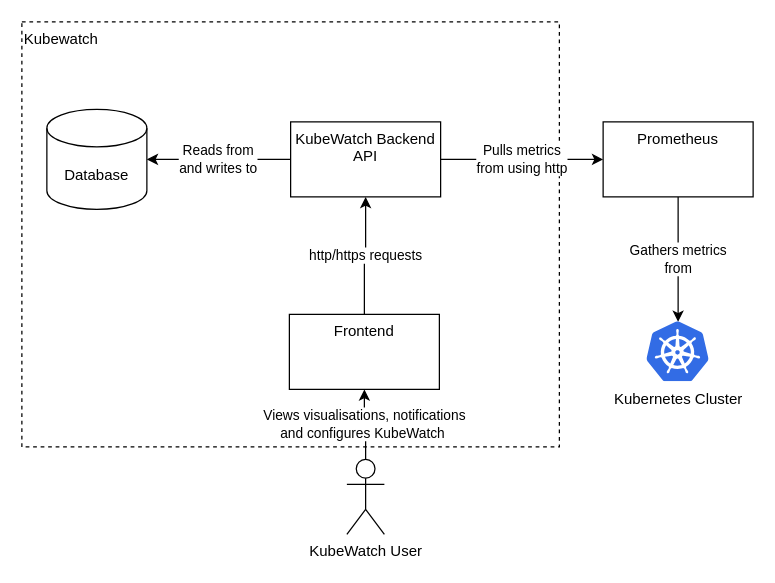
This is Documentation/src/resources/Container_diagram.drawio from KubeWatch-Monitoring/KubeWatch, a draw.io file, before an edit. Source tidied: cells renumbered, new cells numbered last; positions are measured from the earlier drawing's top-left corner, leaving out a move shared by most shapes. Both pictures are drawn from the tidied source at 125%, with x=0, y=0 at pixel (21, 21).
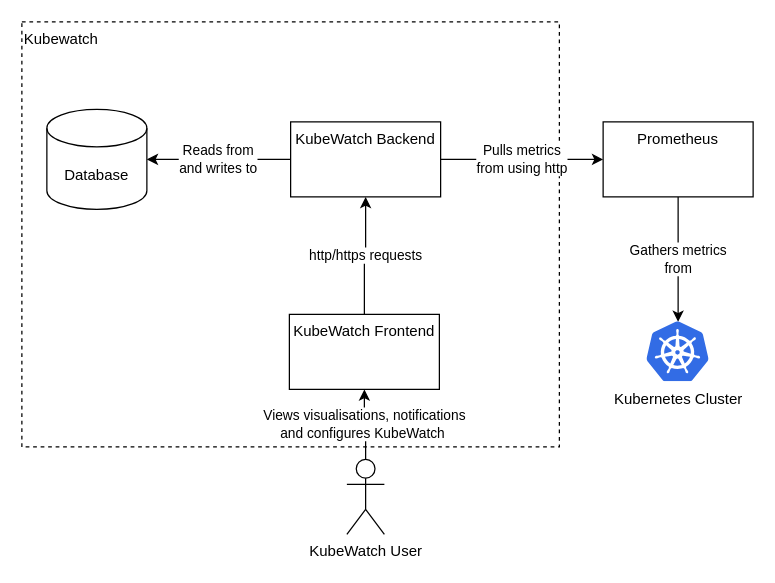
The same page after the edit.

Commit message (it also covers changes not shown here):
Update container diagram in architecture

The edit, as a diff of the source:
```diff
@@
 <mxGraphModel>
   <root>
     <mxCell id="0" />
     <mxCell id="1" parent="0" />
     <mxCell id="2" value="Kubewatch" style="rounded=0;whiteSpace=wrap;html=1;dashed=1;fillColor=none;align=left;verticalAlign=top;" parent="1" vertex="1">
       <mxGeometry width="430" height="340" as="geometry" />
     </mxCell>
     <mxCell id="3" value="Views visualisations, notifications&lt;br&gt;and configures KubeWatch&amp;nbsp;" style="edgeStyle=orthogonalEdgeStyle;rounded=0;jettySize=auto;html=1;" parent="1" edge="1" source="4" target="11">
       <mxGeometry relative="1" as="geometry" />
     </mxCell>
     <mxCell id="4" value="KubeWatch User" style="shape=umlActor;verticalLabelPosition=bottom;verticalAlign=top;html=1;outlineConnect=0;" parent="1" vertex="1">
       <mxGeometry x="260" y="350" width="30" height="60" as="geometry" />
     </mxCell>
     <mxCell id="5" value="Pulls metrics&lt;br&gt;from using http" style="edgeStyle=orthogonalEdgeStyle;rounded=0;jettySize=auto;html=1;" parent="1" edge="1" source="6" target="8">
       <mxGeometry relative="1" as="geometry" />
     </mxCell>
-    <mxCell id="6" value="KubeWatch Backend API" style="whiteSpace=wrap;html=1;verticalAlign=top;" parent="1" vertex="1">
+    <mxCell id="6" value="KubeWatch Backend" style="whiteSpace=wrap;html=1;verticalAlign=top;" parent="1" vertex="1">
       <mxGeometry x="215" y="80" width="120" height="60" as="geometry" />
     </mxCell>
     <mxCell id="7" value="Gathers metrics&lt;br&gt;from" style="edgeStyle=orthogonalEdgeStyle;rounded=0;jettySize=auto;html=1;jumpStyle=none;targetPerimeterSpacing=0;spacingLeft=0;spacingRight=0;labelBorderColor=none;jumpSize=6;shadow=0;sketch=0;" parent="1" edge="1" source="8" target="9">
       <mxGeometry relative="1" as="geometry" />
     </mxCell>
     <mxCell id="8" value="Prometheus" style="whiteSpace=wrap;html=1;verticalAlign=top;" parent="1" vertex="1">
       <mxGeometry x="465" y="80" width="120" height="60" as="geometry" />
     </mxCell>
     <mxCell id="9" value="Kubernetes Cluster" style="sketch=0;html=1;points=[];align=center;image;fontSize=12;image=img/lib/mscae/Kubernetes.svg;" parent="1" vertex="1">
       <mxGeometry x="500" y="240" width="50" height="48" as="geometry" />
     </mxCell>
     <mxCell id="10" value="http/https requests" style="edgeStyle=orthogonalEdgeStyle;rounded=0;sketch=0;jumpStyle=none;jumpSize=6;jettySize=auto;html=1;shadow=0;labelBorderColor=none;targetPerimeterSpacing=0;" parent="1" edge="1" source="11" target="6">
       <mxGeometry relative="1" as="geometry" />
     </mxCell>
-    <mxCell id="11" value="Frontend" style="whiteSpace=wrap;html=1;verticalAlign=top;" parent="1" vertex="1">
+    <mxCell id="11" value="KubeWatch Frontend" style="whiteSpace=wrap;html=1;verticalAlign=top;" parent="1" vertex="1">
       <mxGeometry x="214" y="234" width="120" height="60" as="geometry" />
     </mxCell>
     <mxCell id="12" value="Reads from&lt;br&gt;and writes to" style="edgeStyle=orthogonalEdgeStyle;rounded=0;sketch=0;jumpStyle=none;jumpSize=6;jettySize=auto;html=1;shadow=0;labelBorderColor=none;sourcePerimeterSpacing=0;" parent="1" edge="1" source="6" target="13">
       <mxGeometry relative="1" as="geometry" />
     </mxCell>
     <mxCell id="13" value="Database" style="shape=cylinder3;whiteSpace=wrap;html=1;boundedLbl=1;backgroundOutline=1;size=15;fillColor=none;" parent="1" vertex="1">
       <mxGeometry x="20" y="70" width="80" height="80" as="geometry" />
     </mxCell>
   </root>
 </mxGraphModel>
```
